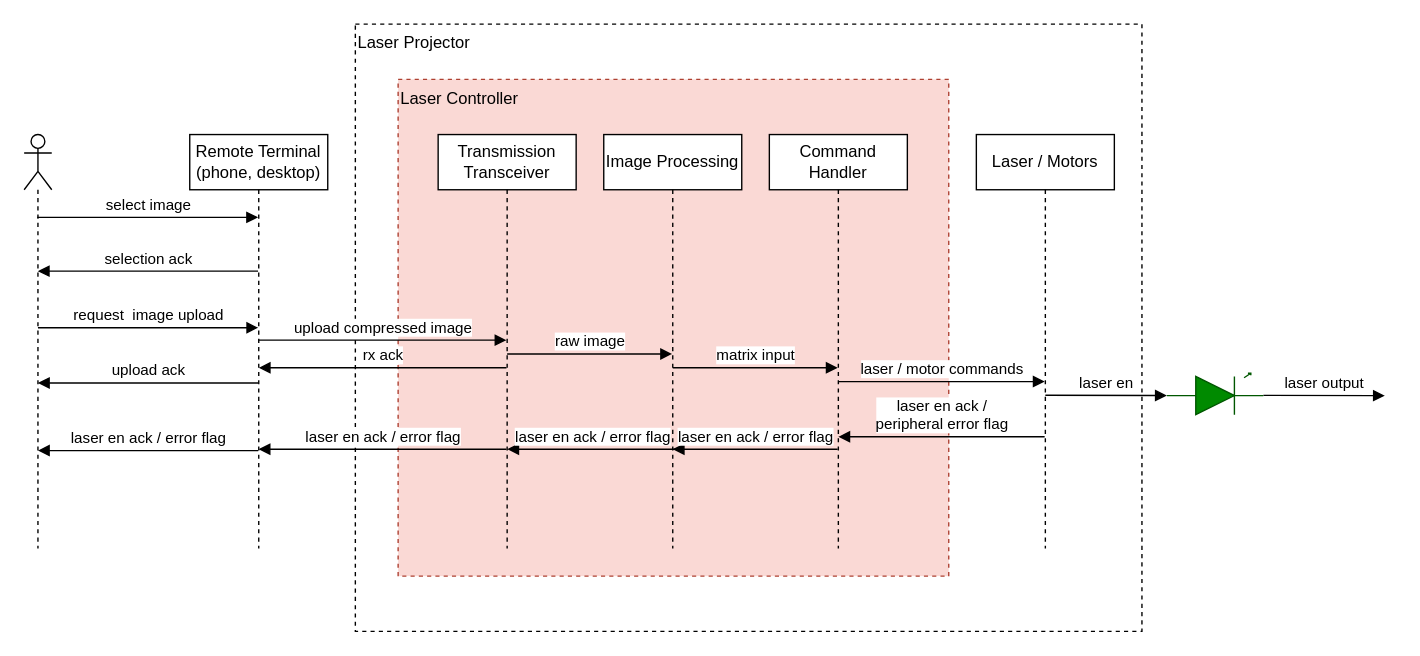
enriquea02/uw keeps this draw.io diagram as eep522a_embedded_and_real-time_systems/submissions/final_project/artifacts/docs/laser_projector_sequence.drawio. Above is the earlier version. Source tidied: cells renumbered, new cells numbered last; positions are measured from the earlier drawing's top-left corner, leaving out a move shared by most shapes. Both pictures are drawn from the tidied source at 138%, with x=0, y=0 at pixel (23, 23).
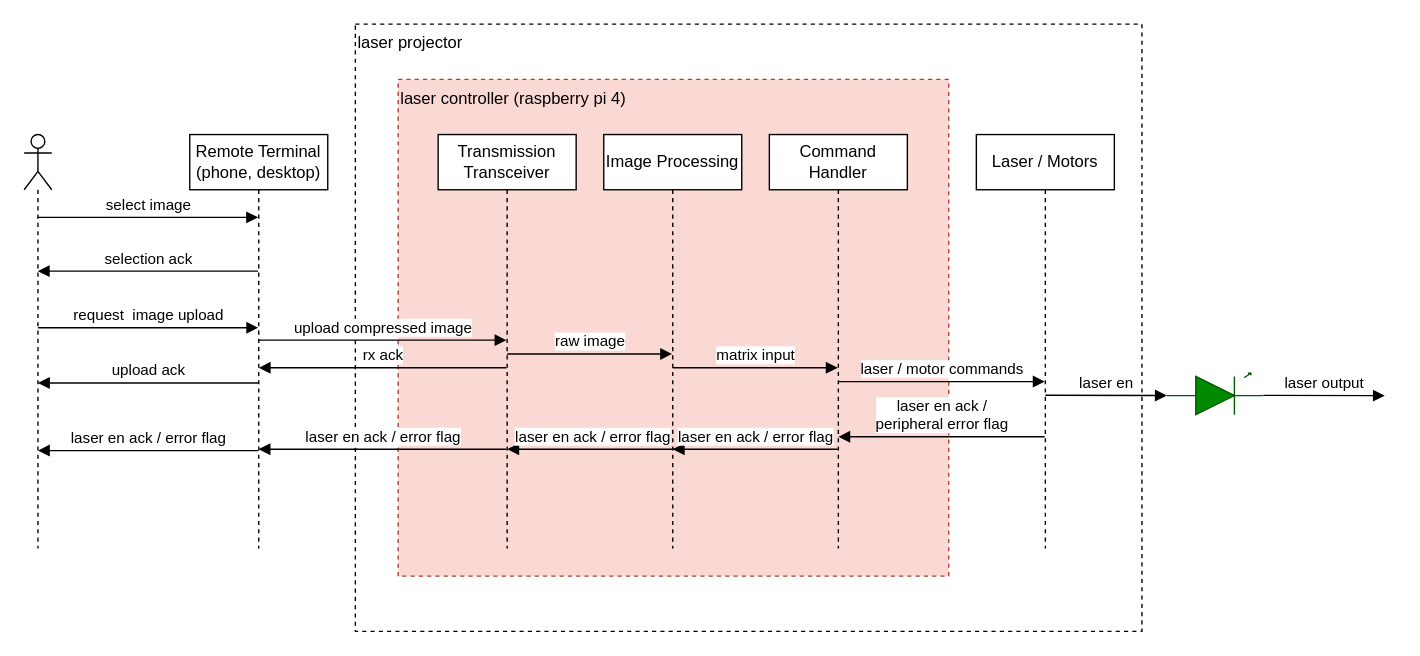
After the change.

Commit message (it also covers changes not shown here):
eep522 system bd and sequence created and updated

Change to the diagram source:
```diff
@@
-    <mxCell id="2" value="Laser Projector" style="rounded=0;whiteSpace=wrap;html=1;dashed=1;align=left;verticalAlign=top;" parent="1" vertex="1">
+    <mxCell id="2" value="laser projector" style="rounded=0;whiteSpace=wrap;html=1;dashed=1;align=left;verticalAlign=top;" parent="1" vertex="1">
       <mxGeometry x="240" width="570" height="440" as="geometry" />
     </mxCell>
-    <mxCell id="3" value="Laser Controller" style="rounded=0;whiteSpace=wrap;html=1;dashed=1;align=left;verticalAlign=top;fillColor=#fad9d5;strokeColor=#ae4132;" parent="1" vertex="1">
+    <mxCell id="3" value="laser controller (raspberry pi 4)" style="rounded=0;whiteSpace=wrap;html=1;dashed=1;align=left;verticalAlign=top;fillColor=#fad9d5;strokeColor=#ae4132;" parent="1" vertex="1">
       <mxGeometry x="271" y="40" width="399" height="360" as="geometry" />
     </mxCell>
```
